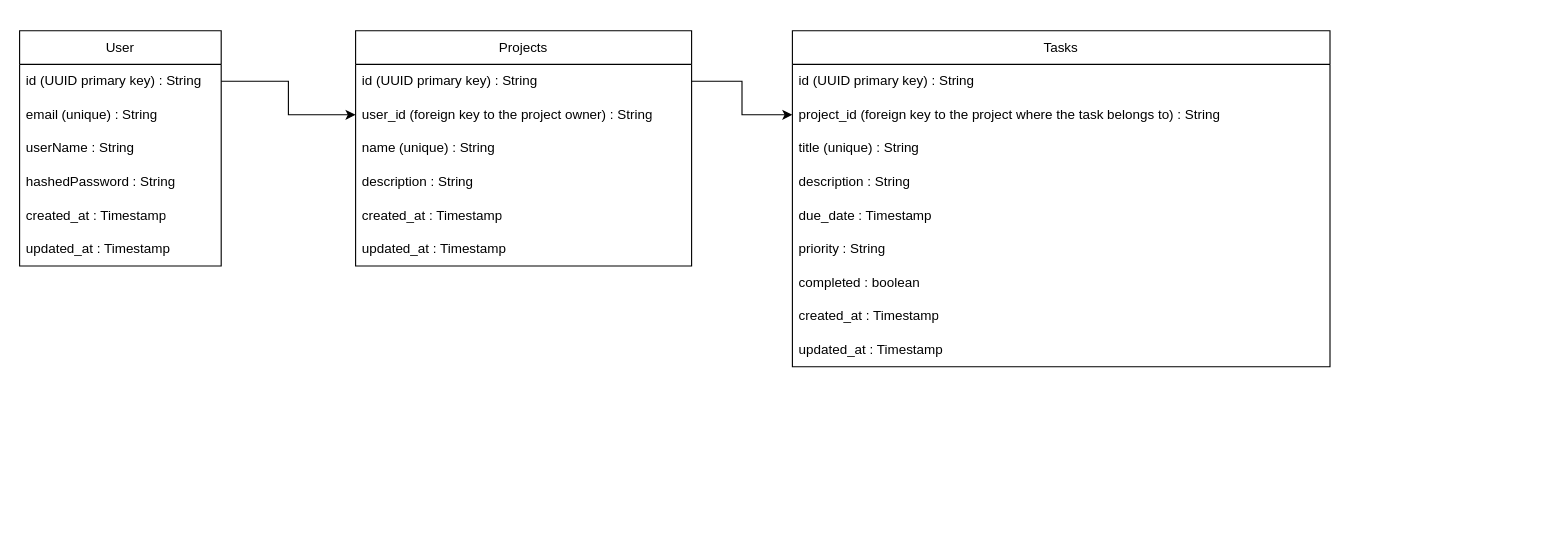
Above: backend/uml_diagram.drawio in FarkasZalan/Novo (draw.io), before the change. Source tidied: cells renumbered, new cells numbered last; positions are measured from the earlier drawing's top-left corner, leaving out a move shared by most shapes. Both pictures are drawn from the tidied source at 112%, with x=0, y=0 at pixel (19, 30).
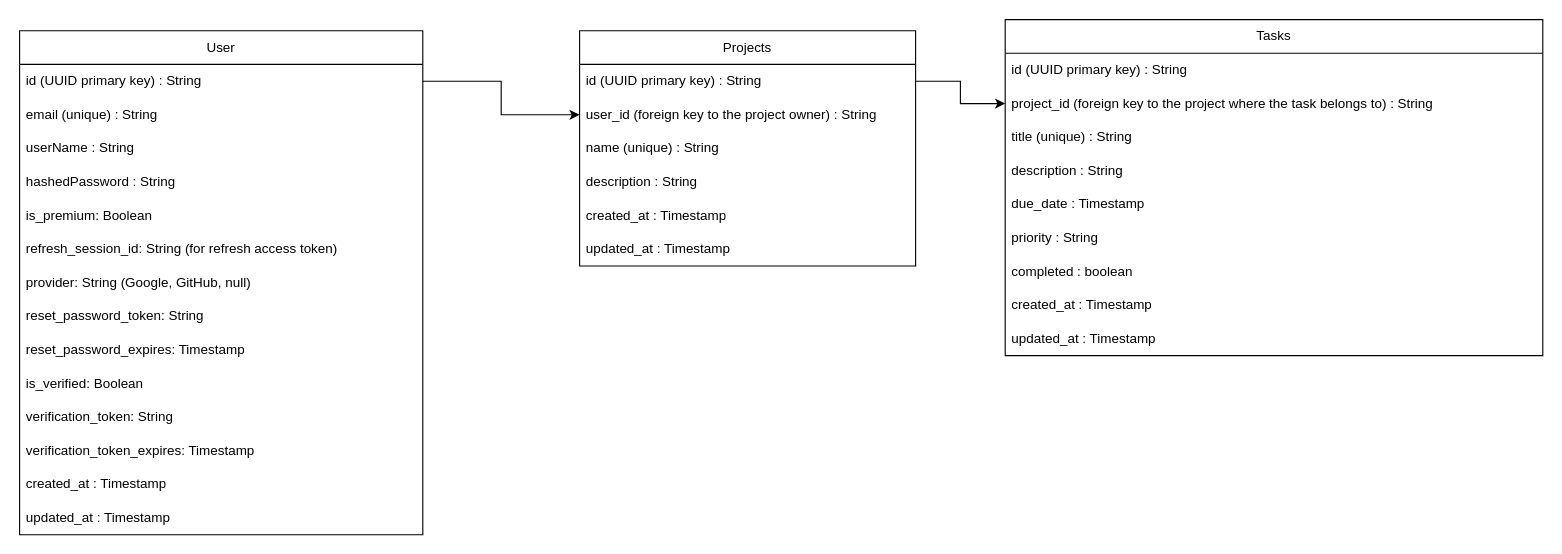
After the change.

Change to the diagram source:
```diff
@@
     <mxCell id="2" value="User" style="swimlane;fontStyle=0;horizontal=1;startSize=30;whiteSpace=wrap;html=1;" parent="1" vertex="1">
-      <mxGeometry width="180" height="210" as="geometry" />
+      <mxGeometry width="360" height="450" as="geometry" />
     </mxCell>
     <mxCell id="3" value="id (UUID primary key) : String" style="text;strokeColor=none;fillColor=none;align=left;verticalAlign=middle;spacingLeft=4;spacingRight=4;overflow=hidden;points=[[0,0.5],[1,0.5]];portConstraint=eastwest;whiteSpace=wrap;html=1;" parent="2" vertex="1">
-      <mxGeometry y="30" width="180" height="30" as="geometry" />
+      <mxGeometry y="30" width="360" height="30" as="geometry" />
     </mxCell>
     <mxCell id="4" value="email (unique) : String" style="text;strokeColor=none;fillColor=none;align=left;verticalAlign=middle;spacingLeft=4;spacingRight=4;overflow=hidden;whiteSpace=wrap;html=1;" parent="2" vertex="1">
-      <mxGeometry y="60" width="180" height="30" as="geometry" />
+      <mxGeometry y="60" width="360" height="30" as="geometry" />
     </mxCell>
     <mxCell id="5" value="userName : String" style="text;strokeColor=none;fillColor=none;align=left;verticalAlign=middle;spacingLeft=4;spacingRight=4;overflow=hidden;whiteSpace=wrap;html=1;" parent="2" vertex="1">
-      <mxGeometry y="90" width="180" height="30" as="geometry" />
+      <mxGeometry y="90" width="360" height="30" as="geometry" />
     </mxCell>
     <mxCell id="6" value="hashedP&lt;span style=&quot;background-color: transparent; color: light-dark(rgb(0, 0, 0), rgb(255, 255, 255));&quot;&gt;assword : String&lt;/span&gt;" style="text;strokeColor=none;fillColor=none;align=left;verticalAlign=middle;spacingLeft=4;spacingRight=4;overflow=hidden;whiteSpace=wrap;html=1;" parent="2" vertex="1">
-      <mxGeometry y="120" width="180" height="30" as="geometry" />
+      <mxGeometry y="120" width="360" height="30" as="geometry" />
     </mxCell>
+    <mxCell id="28" value="is_premium: Boolean" style="text;strokeColor=none;fillColor=none;align=left;verticalAlign=middle;spacingLeft=4;spacingRight=4;overflow=hidden;whiteSpace=wrap;html=1;" parent="2" vertex="1">
+      <mxGeometry y="150" width="360" height="30" as="geometry" />
+    </mxCell>
+    <mxCell id="29" value="refresh_session_id: String (for refresh access token)" style="text;strokeColor=none;fillColor=none;align=left;verticalAlign=middle;spacingLeft=4;spacingRight=4;overflow=hidden;whiteSpace=wrap;html=1;" parent="2" vertex="1">
+      <mxGeometry y="180" width="360" height="30" as="geometry" />
+    </mxCell>
+    <mxCell id="30" value="provider: String (Google, GitHub, null)" style="text;strokeColor=none;fillColor=none;align=left;verticalAlign=middle;spacingLeft=4;spacingRight=4;overflow=hidden;whiteSpace=wrap;html=1;" parent="2" vertex="1">
+      <mxGeometry y="210" width="360" height="30" as="geometry" />
+    </mxCell>
+    <mxCell id="31" value="reset_password_token: String" style="text;strokeColor=none;fillColor=none;align=left;verticalAlign=middle;spacingLeft=4;spacingRight=4;overflow=hidden;whiteSpace=wrap;html=1;" parent="2" vertex="1">
+      <mxGeometry y="240" width="360" height="30" as="geometry" />
+    </mxCell>
+    <mxCell id="32" value="reset_password_expires: Timestamp" style="text;strokeColor=none;fillColor=none;align=left;verticalAlign=middle;spacingLeft=4;spacingRight=4;overflow=hidden;whiteSpace=wrap;html=1;" parent="2" vertex="1">
+      <mxGeometry y="270" width="360" height="30" as="geometry" />
+    </mxCell>
+    <mxCell id="33" value="is_verified: Boolean" style="text;strokeColor=none;fillColor=none;align=left;verticalAlign=middle;spacingLeft=4;spacingRight=4;overflow=hidden;whiteSpace=wrap;html=1;" parent="2" vertex="1">
+      <mxGeometry y="300" width="360" height="30" as="geometry" />
+    </mxCell>
+    <mxCell id="34" value="verification_token: String" style="text;strokeColor=none;fillColor=none;align=left;verticalAlign=middle;spacingLeft=4;spacingRight=4;overflow=hidden;whiteSpace=wrap;html=1;" parent="2" vertex="1">
+      <mxGeometry y="330" width="360" height="30" as="geometry" />
+    </mxCell>
+    <mxCell id="35" value="verification_token_expires: Timestamp" style="text;strokeColor=none;fillColor=none;align=left;verticalAlign=middle;spacingLeft=4;spacingRight=4;overflow=hidden;whiteSpace=wrap;html=1;" parent="2" vertex="1">
+      <mxGeometry y="360" width="360" height="30" as="geometry" />
+    </mxCell>
     <mxCell id="7" value="created_at : Timestamp" style="text;strokeColor=none;fillColor=none;align=left;verticalAlign=middle;spacingLeft=4;spacingRight=4;overflow=hidden;whiteSpace=wrap;html=1;" parent="2" vertex="1">
-      <mxGeometry y="150" width="180" height="30" as="geometry" />
+      <mxGeometry y="390" width="360" height="30" as="geometry" />
     </mxCell>
     <mxCell id="8" value="updated_at : Timestamp" style="text;strokeColor=none;fillColor=none;align=left;verticalAlign=middle;spacingLeft=4;spacingRight=4;overflow=hidden;whiteSpace=wrap;html=1;" parent="2" vertex="1">
-      <mxGeometry y="180" width="180" height="30" as="geometry" />
+      <mxGeometry y="420" width="360" height="30" as="geometry" />
     </mxCell>
     <mxCell id="9" value="Projects" style="swimlane;fontStyle=0;horizontal=1;startSize=30;whiteSpace=wrap;html=1;" parent="1" vertex="1">
-      <mxGeometry x="300" width="300" height="210" as="geometry" />
+      <mxGeometry x="500" width="300" height="210" as="geometry" />
     </mxCell>
@@
     <mxCell id="17" value="Tasks" style="swimlane;fontStyle=0;horizontal=1;startSize=30;whiteSpace=wrap;html=1;" parent="1" vertex="1">
-      <mxGeometry x="690" width="480" height="300" as="geometry" />
+      <mxGeometry x="880" y="-10" width="480" height="300" as="geometry" />
     </mxCell>
```
